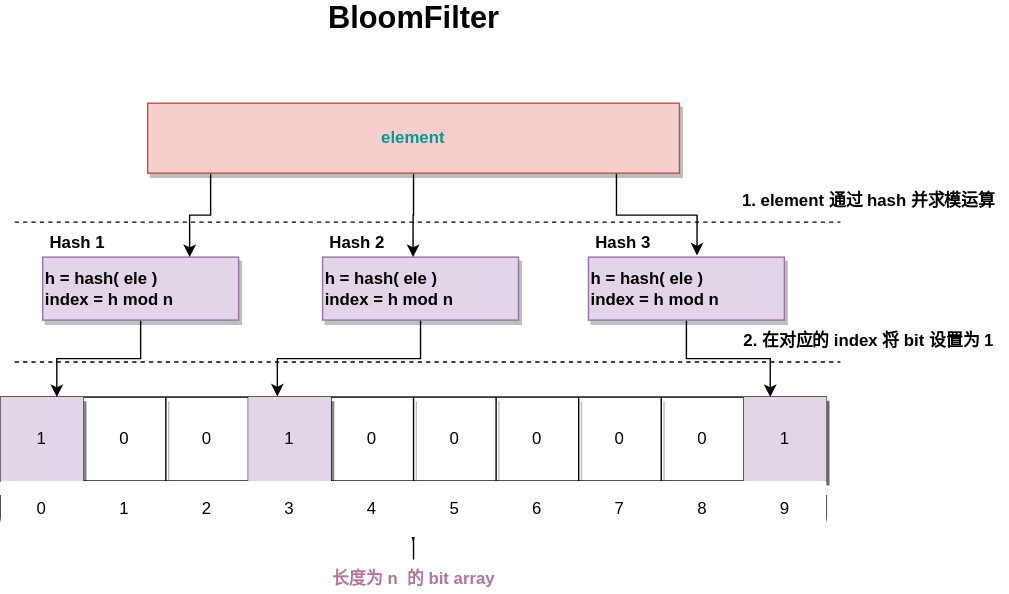
StayHungryStayFoolish/notebook-img keeps this draw.io diagram as img/redis/BloomFilter.svg. Above is the earlier version. Source tidied: cells renumbered, new cells last; positions are measured from the earlier drawing's top-left corner, leaving out a move shared by most shapes. Its diagram source:
```xml
<mxGraphModel>
  <root>
    <mxCell id="0" />
    <mxCell id="1" parent="0" />
    <mxCell id="2" style="edgeStyle=orthogonalEdgeStyle;rounded=0;jettySize=auto;html=1;entryX=0.068;entryY=0;entryDx=0;entryDy=0;entryPerimeter=0;" parent="1" edge="1" source="3" target="23">
      <mxGeometry relative="1" as="geometry" />
    </mxCell>
    <mxCell id="3" value="&lt;b&gt;h = hash( ele )&lt;br&gt;index = h mod n&amp;nbsp;&lt;/b&gt;" style="rounded=0;whiteSpace=wrap;html=1;shadow=1;sketch=0;align=left;fillColor=#e1d5e7;strokeColor=#9673a6;" parent="1" vertex="1">
      <mxGeometry x="30" y="180" width="140" height="45" as="geometry" />
    </mxCell>
    <mxCell id="4" value="&lt;b&gt;Hash 1&lt;/b&gt;" style="text;html=1;strokeColor=none;fillColor=none;align=center;verticalAlign=middle;whiteSpace=wrap;rounded=0;shadow=1;sketch=0;" parent="1" vertex="1">
      <mxGeometry x="30" y="160" width="50" height="20" as="geometry" />
    </mxCell>
    <mxCell id="5" style="edgeStyle=orthogonalEdgeStyle;rounded=0;jettySize=auto;html=1;exitX=0.5;exitY=1;exitDx=0;exitDy=0;entryX=0.335;entryY=-0.007;entryDx=0;entryDy=0;entryPerimeter=0;" parent="1" edge="1" source="6" target="23">
      <mxGeometry relative="1" as="geometry" />
    </mxCell>
    <mxCell id="6" value="&lt;b&gt;h = hash( ele )&lt;br&gt;index = h mod n&amp;nbsp;&lt;/b&gt;" style="rounded=0;whiteSpace=wrap;html=1;shadow=1;sketch=0;align=left;fillColor=#e1d5e7;strokeColor=#9673a6;" parent="1" vertex="1">
      <mxGeometry x="230" y="180" width="140" height="45" as="geometry" />
    </mxCell>
    <mxCell id="7" value="&lt;b&gt;Hash 2&lt;/b&gt;" style="text;html=1;strokeColor=none;fillColor=none;align=center;verticalAlign=middle;whiteSpace=wrap;rounded=0;shadow=1;sketch=0;" parent="1" vertex="1">
      <mxGeometry x="230" y="160" width="50" height="20" as="geometry" />
    </mxCell>
    <mxCell id="8" style="edgeStyle=orthogonalEdgeStyle;rounded=0;jettySize=auto;html=1;exitX=0.5;exitY=1;exitDx=0;exitDy=0;entryX=0.932;entryY=0;entryDx=0;entryDy=0;entryPerimeter=0;" parent="1" edge="1" source="9" target="23">
      <mxGeometry relative="1" as="geometry" />
    </mxCell>
    <mxCell id="9" value="&lt;b&gt;h = hash( ele )&lt;br&gt;index = h mod n&amp;nbsp;&lt;/b&gt;" style="rounded=0;whiteSpace=wrap;html=1;shadow=1;sketch=0;align=left;fillColor=#e1d5e7;strokeColor=#9673a6;" parent="1" vertex="1">
      <mxGeometry x="420" y="180" width="140" height="45" as="geometry" />
    </mxCell>
    <mxCell id="10" value="&lt;b&gt;Hash 3&lt;/b&gt;" style="text;html=1;strokeColor=none;fillColor=none;align=center;verticalAlign=middle;whiteSpace=wrap;rounded=0;shadow=1;sketch=0;" parent="1" vertex="1">
      <mxGeometry x="420" y="160" width="50" height="20" as="geometry" />
    </mxCell>
    <mxCell id="11" style="edgeStyle=orthogonalEdgeStyle;rounded=0;jettySize=auto;html=1;exitX=0;exitY=0.5;exitDx=0;exitDy=0;entryX=0.75;entryY=0;entryDx=0;entryDy=0;" parent="1" edge="1" source="14" target="3">
      <mxGeometry relative="1" as="geometry">
        <Array as="points">
          <mxPoint x="150" y="95" />
          <mxPoint x="150" y="150" />
          <mxPoint x="135" y="150" />
        </Array>
      </mxGeometry>
    </mxCell>
    <mxCell id="12" style="edgeStyle=orthogonalEdgeStyle;rounded=0;jettySize=auto;html=1;exitX=0.5;exitY=1;exitDx=0;exitDy=0;" parent="1" edge="1" source="14">
      <mxGeometry relative="1" as="geometry">
        <mxPoint x="294.7" y="180" as="targetPoint" />
      </mxGeometry>
    </mxCell>
    <mxCell id="13" style="edgeStyle=orthogonalEdgeStyle;rounded=0;jettySize=auto;html=1;exitX=1;exitY=0.5;exitDx=0;exitDy=0;entryX=0.554;entryY=-0.027;entryDx=0;entryDy=0;entryPerimeter=0;" parent="1" edge="1" source="14" target="9">
      <mxGeometry relative="1" as="geometry">
        <Array as="points">
          <mxPoint x="440" y="95" />
          <mxPoint x="440" y="150" />
          <mxPoint x="498" y="150" />
        </Array>
      </mxGeometry>
    </mxCell>
    <mxCell id="14" value="&lt;font color=&quot;#009999&quot;&gt;&lt;b&gt;element&lt;/b&gt;&lt;/font&gt;" style="rounded=0;whiteSpace=wrap;html=1;shadow=1;sketch=0;fillColor=#f8cecc;strokeColor=#b85450;gradientDirection=north;" parent="1" vertex="1">
      <mxGeometry x="105" y="70" width="380" height="50" as="geometry" />
    </mxCell>
    <mxCell id="15" style="shape=curlyBracket;whiteSpace=wrap;html=1;rounded=1;shadow=0;sketch=0;strokeColor=#000000;gradientColor=none;direction=north;" parent="1" vertex="1">
      <mxGeometry y="350" width="590" height="50" as="geometry" />
    </mxCell>
    <mxCell id="16" value="&lt;b&gt;&lt;font color=&quot;#b5739d&quot;&gt;长度为 n&amp;nbsp; 的 bit array&lt;/font&gt;&lt;/b&gt;" style="text;html=1;align=center;verticalAlign=middle;" parent="1" vertex="1">
      <mxGeometry x="230" y="400" width="130" height="20" as="geometry" />
    </mxCell>
    <mxCell id="17" value="&lt;b&gt;&lt;font style=&quot;font-size: 22px&quot;&gt;BloomFilter&lt;/font&gt;&lt;/b&gt;" style="text;html=1;align=center;verticalAlign=middle;" parent="1" vertex="1">
      <mxGeometry x="225" width="140" height="20" as="geometry" />
    </mxCell>
    <mxCell id="18" style="line;strokeWidth=1;html=1;shadow=0;sketch=0;gradientColor=none;dashed=1;" parent="1" vertex="1">
      <mxGeometry x="10" y="150" width="590" height="10" as="geometry" />
    </mxCell>
    <mxCell id="19" style="line;strokeWidth=1;html=1;shadow=0;sketch=0;gradientColor=none;dashed=1;" parent="1" vertex="1">
      <mxGeometry x="10" y="250" width="590" height="10" as="geometry" />
    </mxCell>
    <mxCell id="20" value="&lt;b&gt;1. element 通过 hash 并求模运算&lt;/b&gt;" style="text;html=1;align=center;verticalAlign=middle;" parent="1" vertex="1">
      <mxGeometry x="520" y="130" width="200" height="20" as="geometry" />
    </mxCell>
    <mxCell id="21" value="&lt;b&gt;2. 在对应的 index 将 bit 设置为 1&lt;/b&gt;" style="text;html=1;align=center;verticalAlign=middle;" parent="1" vertex="1">
      <mxGeometry x="525" y="230" width="190" height="20" as="geometry" />
    </mxCell>
    <mxCell id="22" style="shape=table;html=1;whiteSpace=wrap;startSize=0;shadow=1;" parent="1" vertex="1">
      <mxGeometry y="280" width="590" height="60" as="geometry" />
    </mxCell>
    <mxCell id="23" style="shape=partialRectangle;html=1;whiteSpace=wrap;fillColor=none;top=0;left=0;bottom=0;right=0;points=[[0,0.5],[1,0.5]];portConstraint=eastwest;shadow=1;" parent="22" vertex="1">
      <mxGeometry width="590" height="60" as="geometry" />
    </mxCell>
    <mxCell id="24" value="1" style="shape=partialRectangle;html=1;whiteSpace=wrap;overflow=hidden;fillColor=#e1d5e7;top=0;left=0;bottom=0;right=0;shadow=1;strokeColor=#9673a6;" parent="23" vertex="1">
      <mxGeometry width="59" height="60" as="geometry" />
    </mxCell>
    <mxCell id="25" value="0" style="shape=partialRectangle;html=1;whiteSpace=wrap;overflow=hidden;fillColor=none;top=0;left=0;bottom=0;right=0;shadow=1;" parent="23" vertex="1">
      <mxGeometry x="59" width="59" height="60" as="geometry" />
    </mxCell>
    <mxCell id="26" value="0" style="shape=partialRectangle;html=1;whiteSpace=wrap;overflow=hidden;fillColor=none;top=0;left=0;bottom=0;right=0;shadow=1;" parent="23" vertex="1">
      <mxGeometry x="118" width="59" height="60" as="geometry" />
    </mxCell>
    <mxCell id="27" value="1" style="shape=partialRectangle;html=1;whiteSpace=wrap;overflow=hidden;fillColor=#e1d5e7;top=0;left=0;bottom=0;right=0;shadow=1;strokeColor=#9673a6;" parent="23" vertex="1">
      <mxGeometry x="177" width="59" height="60" as="geometry" />
    </mxCell>
    <mxCell id="28" value="0" style="shape=partialRectangle;html=1;whiteSpace=wrap;overflow=hidden;fillColor=none;top=0;left=0;bottom=0;right=0;shadow=1;" parent="23" vertex="1">
      <mxGeometry x="236" width="59" height="60" as="geometry" />
    </mxCell>
    <mxCell id="29" value="0" style="shape=partialRectangle;html=1;whiteSpace=wrap;overflow=hidden;fillColor=none;top=0;left=0;bottom=0;right=0;shadow=1;" parent="23" vertex="1">
      <mxGeometry x="295" width="59" height="60" as="geometry" />
    </mxCell>
    <mxCell id="30" value="0" style="shape=partialRectangle;html=1;whiteSpace=wrap;overflow=hidden;fillColor=none;top=0;left=0;bottom=0;right=0;shadow=1;" parent="23" vertex="1">
      <mxGeometry x="354" width="59" height="60" as="geometry" />
    </mxCell>
    <mxCell id="31" value="0" style="shape=partialRectangle;html=1;whiteSpace=wrap;overflow=hidden;fillColor=none;top=0;left=0;bottom=0;right=0;shadow=1;" parent="23" vertex="1">
      <mxGeometry x="413" width="59" height="60" as="geometry" />
    </mxCell>
    <mxCell id="32" value="0" style="shape=partialRectangle;html=1;whiteSpace=wrap;overflow=hidden;fillColor=none;top=0;left=0;bottom=0;right=0;shadow=1;" parent="23" vertex="1">
      <mxGeometry x="472" width="59" height="60" as="geometry" />
    </mxCell>
    <mxCell id="33" value="1" style="shape=partialRectangle;html=1;whiteSpace=wrap;overflow=hidden;fillColor=#e1d5e7;top=0;left=0;bottom=0;right=0;shadow=1;strokeColor=#9673a6;" parent="23" vertex="1">
      <mxGeometry x="531" width="59" height="60" as="geometry" />
    </mxCell>
    <mxCell id="34" style="shape=table;html=1;whiteSpace=wrap;startSize=0;strokeColor=none;" parent="1" vertex="1">
      <mxGeometry y="340" width="590" height="40" as="geometry" />
    </mxCell>
    <mxCell id="35" style="shape=partialRectangle;html=1;whiteSpace=wrap;fillColor=none;top=0;left=0;bottom=0;right=0;" parent="34" vertex="1">
      <mxGeometry width="590" height="40" as="geometry" />
    </mxCell>
    <mxCell id="36" value="0" style="shape=partialRectangle;html=1;whiteSpace=wrap;overflow=hidden;fillColor=none;top=0;left=0;bottom=0;right=0;" parent="35" vertex="1">
      <mxGeometry width="59" height="40" as="geometry" />
    </mxCell>
    <mxCell id="37" value="1" style="shape=partialRectangle;html=1;whiteSpace=wrap;overflow=hidden;fillColor=none;top=0;left=0;bottom=0;right=0;" parent="35" vertex="1">
      <mxGeometry x="59" width="59" height="40" as="geometry" />
    </mxCell>
    <mxCell id="38" value="2" style="shape=partialRectangle;html=1;whiteSpace=wrap;overflow=hidden;fillColor=none;top=0;left=0;bottom=0;right=0;" parent="35" vertex="1">
      <mxGeometry x="118" width="59" height="40" as="geometry" />
    </mxCell>
    <mxCell id="39" value="3" style="shape=partialRectangle;html=1;whiteSpace=wrap;overflow=hidden;fillColor=none;top=0;left=0;bottom=0;right=0;" parent="35" vertex="1">
      <mxGeometry x="177" width="59" height="40" as="geometry" />
    </mxCell>
    <mxCell id="40" value="4" style="shape=partialRectangle;html=1;whiteSpace=wrap;overflow=hidden;fillColor=none;top=0;left=0;bottom=0;right=0;" parent="35" vertex="1">
      <mxGeometry x="236" width="59" height="40" as="geometry" />
    </mxCell>
    <mxCell id="41" value="5" style="shape=partialRectangle;html=1;whiteSpace=wrap;overflow=hidden;fillColor=none;top=0;left=0;bottom=0;right=0;" parent="35" vertex="1">
      <mxGeometry x="295" width="59" height="40" as="geometry" />
    </mxCell>
    <mxCell id="42" value="6" style="shape=partialRectangle;html=1;whiteSpace=wrap;overflow=hidden;fillColor=none;top=0;left=0;bottom=0;right=0;" parent="35" vertex="1">
      <mxGeometry x="354" width="59" height="40" as="geometry" />
    </mxCell>
    <mxCell id="43" value="7" style="shape=partialRectangle;html=1;whiteSpace=wrap;overflow=hidden;fillColor=none;top=0;left=0;bottom=0;right=0;" parent="35" vertex="1">
      <mxGeometry x="413" width="59" height="40" as="geometry" />
    </mxCell>
    <mxCell id="44" value="8" style="shape=partialRectangle;html=1;whiteSpace=wrap;overflow=hidden;fillColor=none;top=0;left=0;bottom=0;right=0;" parent="35" vertex="1">
      <mxGeometry x="472" width="59" height="40" as="geometry" />
    </mxCell>
    <mxCell id="45" value="9" style="shape=partialRectangle;html=1;whiteSpace=wrap;overflow=hidden;fillColor=none;top=0;left=0;bottom=0;right=0;" parent="35" vertex="1">
      <mxGeometry x="531" width="59" height="40" as="geometry" />
    </mxCell>
  </root>
</mxGraphModel>
```
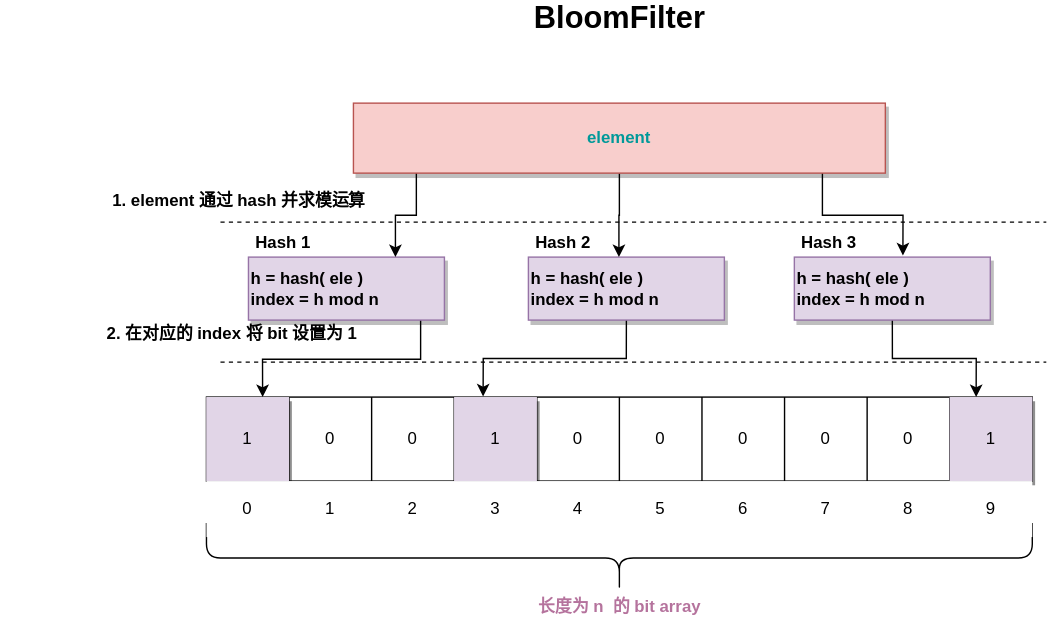
Above is the later version.

The edit, as a diff of the source:
```diff
@@ -1,9 +1,14 @@
-<mxGraphModel>
+<mxGraphModel background="#ffffff">
   <root>
     <mxCell id="0" />
     <mxCell id="1" parent="0" />
     <mxCell id="2" style="edgeStyle=orthogonalEdgeStyle;rounded=0;jettySize=auto;html=1;entryX=0.068;entryY=0;entryDx=0;entryDy=0;entryPerimeter=0;" parent="1" edge="1" source="3" target="23">
-      <mxGeometry relative="1" as="geometry" />
+      <mxGeometry relative="1" as="geometry">
+        <Array as="points">
+          <mxPoint x="153" y="253" />
+          <mxPoint x="40" y="253" />
+        </Array>
+      </mxGeometry>
     </mxCell>
     <mxCell id="3" value="&lt;b&gt;h = hash( ele )&lt;br&gt;index = h mod n&amp;nbsp;&lt;/b&gt;" style="rounded=0;whiteSpace=wrap;html=1;shadow=1;sketch=0;align=left;fillColor=#e1d5e7;strokeColor=#9673a6;" parent="1" vertex="1">
       <mxGeometry x="30" y="180" width="140" height="45" as="geometry" />
@@ -56,10 +61,10 @@
       <mxGeometry x="105" y="70" width="380" height="50" as="geometry" />
     </mxCell>
     <mxCell id="15" style="shape=curlyBracket;whiteSpace=wrap;html=1;rounded=1;shadow=0;sketch=0;strokeColor=#000000;gradientColor=none;direction=north;" parent="1" vertex="1">
-      <mxGeometry y="350" width="590" height="50" as="geometry" />
+      <mxGeometry y="370" width="590" height="50" as="geometry" />
     </mxCell>
     <mxCell id="16" value="&lt;b&gt;&lt;font color=&quot;#b5739d&quot;&gt;长度为 n&amp;nbsp; 的 bit array&lt;/font&gt;&lt;/b&gt;" style="text;html=1;align=center;verticalAlign=middle;" parent="1" vertex="1">
-      <mxGeometry x="230" y="400" width="130" height="20" as="geometry" />
+      <mxGeometry x="230" y="420" width="130" height="20" as="geometry" />
     </mxCell>
     <mxCell id="17" value="&lt;b&gt;&lt;font style=&quot;font-size: 22px&quot;&gt;BloomFilter&lt;/font&gt;&lt;/b&gt;" style="text;html=1;align=center;verticalAlign=middle;" parent="1" vertex="1">
       <mxGeometry x="225" width="140" height="20" as="geometry" />
@@ -70,13 +75,13 @@
     <mxCell id="19" style="line;strokeWidth=1;html=1;shadow=0;sketch=0;gradientColor=none;dashed=1;" parent="1" vertex="1">
       <mxGeometry x="10" y="250" width="590" height="10" as="geometry" />
     </mxCell>
-    <mxCell id="20" value="&lt;b&gt;1. element 通过 hash 并求模运算&lt;/b&gt;" style="text;html=1;align=center;verticalAlign=middle;" parent="1" vertex="1">
-      <mxGeometry x="520" y="130" width="200" height="20" as="geometry" />
+    <mxCell id="20" value="&lt;b&gt;&amp;nbsp; &amp;nbsp; &amp;nbsp; &amp;nbsp; &amp;nbsp; &amp;nbsp; &amp;nbsp; &amp;nbsp; &amp;nbsp; 1. element 通过 hash 并求模运算&lt;/b&gt;" style="text;html=1;align=center;verticalAlign=middle;" parent="1" vertex="1">
+      <mxGeometry x="-137" y="130" width="260" height="20" as="geometry" />
     </mxCell>
-    <mxCell id="21" value="&lt;b&gt;2. 在对应的 index 将 bit 设置为 1&lt;/b&gt;" style="text;html=1;align=center;verticalAlign=middle;" parent="1" vertex="1">
-      <mxGeometry x="525" y="230" width="190" height="20" as="geometry" />
+    <mxCell id="21" value="&lt;b&gt;&amp;nbsp; &amp;nbsp; &amp;nbsp; &amp;nbsp; &amp;nbsp; &amp;nbsp; &amp;nbsp; &amp;nbsp; &amp;nbsp; &amp;nbsp; &amp;nbsp;2. 在对应的 index 将 bit 设置为 1&lt;/b&gt;" style="text;html=1;align=center;verticalAlign=middle;" parent="1" vertex="1">
+      <mxGeometry x="-147" y="225" width="260" height="20" as="geometry" />
     </mxCell>
-    <mxCell id="22" style="shape=table;html=1;whiteSpace=wrap;startSize=0;shadow=1;" parent="1" vertex="1">
+    <mxCell id="22" style="shape=table;html=1;whiteSpace=wrap;startSize=0;shadow=0;" parent="1" vertex="1">
       <mxGeometry y="280" width="590" height="60" as="geometry" />
     </mxCell>
     <mxCell id="23" style="shape=partialRectangle;html=1;whiteSpace=wrap;fillColor=none;top=0;left=0;bottom=0;right=0;points=[[0,0.5],[1,0.5]];portConstraint=eastwest;shadow=1;" parent="22" vertex="1">
```
